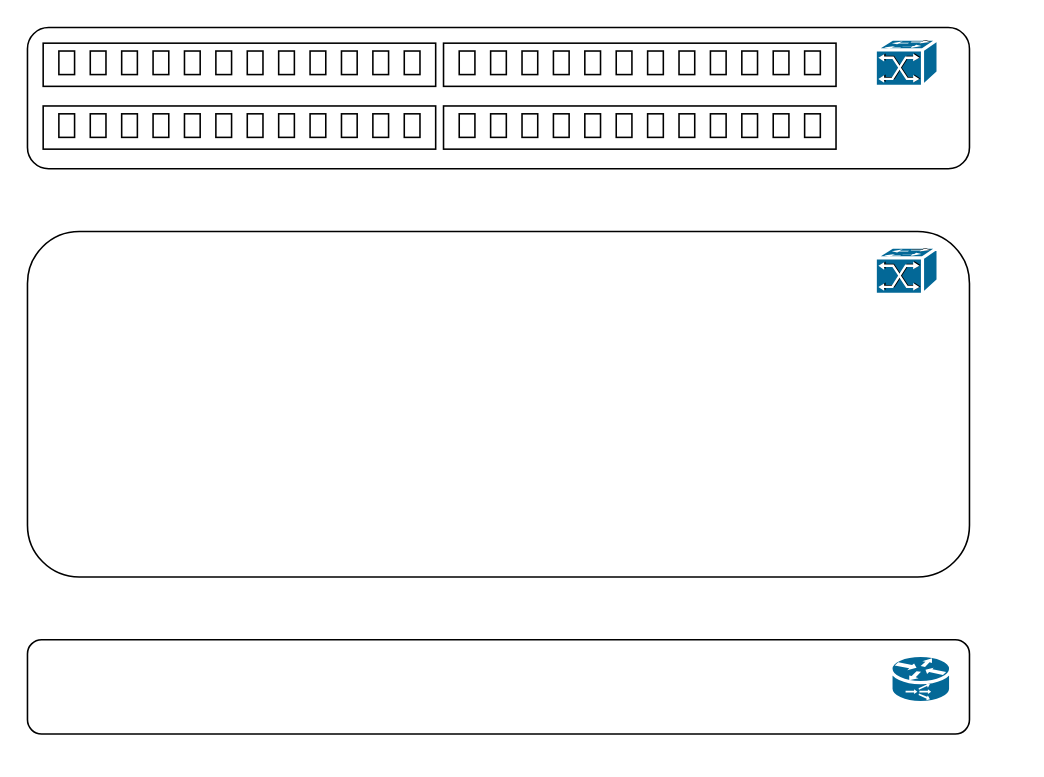
Earlier version of the draw.io diagram rhzy-network.drawio (asharca/drawio). Source tidied: cells renumbered, new cells numbered last; positions are measured from the earlier drawing's top-left corner, leaving out a move shared by most shapes. Both pictures are drawn from the tidied source at 157%, with x=0, y=0 at pixel (27, 27).
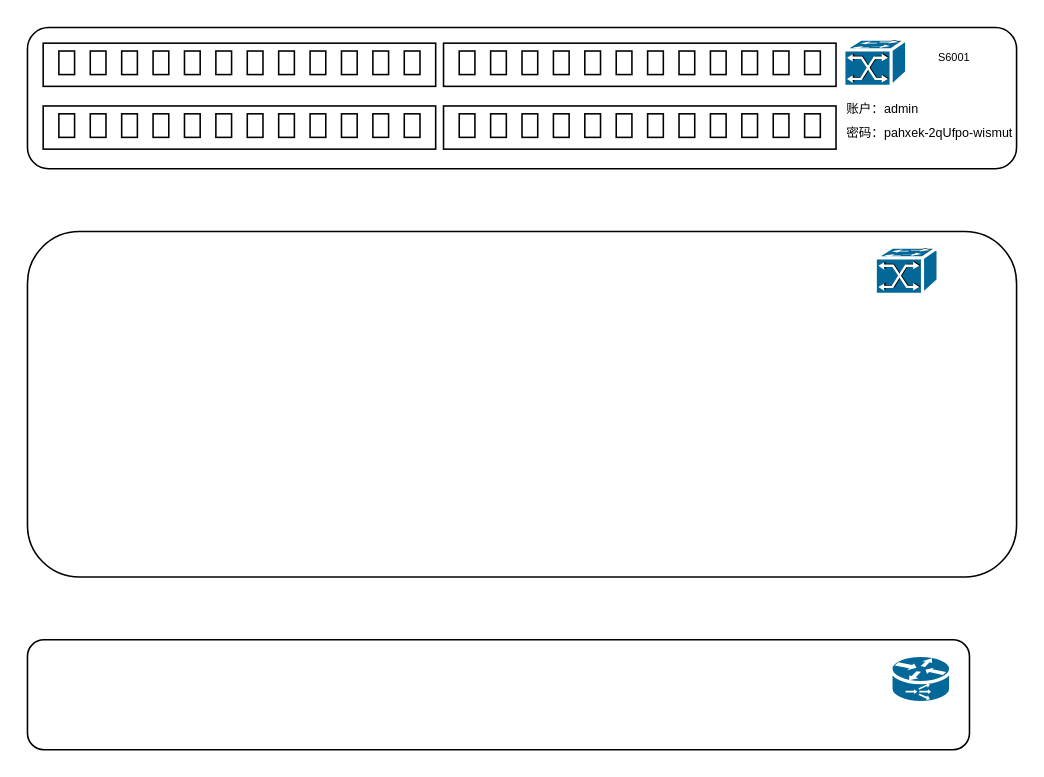
The same diagram, later.

Diff of the diagram source:
```diff
@@
     <mxCell id="2" style="rounded=1;whiteSpace=wrap;html=1;" parent="1" vertex="1">
-      <mxGeometry width="600" height="90" as="geometry" />
+      <mxGeometry width="630" height="90" as="geometry" />
     </mxCell>
     <mxCell id="3" style="rounded=1;whiteSpace=wrap;html=1;" parent="1" vertex="1">
-      <mxGeometry y="130" width="600" height="220" as="geometry" />
+      <mxGeometry y="130" width="630" height="220" as="geometry" />
     </mxCell>
     <mxCell id="4" style="shape=mxgraph.cisco.switches.atm_fast_gigabit_etherswitch;sketch=0;html=1;dashed=0;fillColor=#036897;strokeColor=#ffffff;strokeWidth=2;verticalLabelPosition=bottom;verticalAlign=top;align=center;" parent="1" vertex="1">
-      <mxGeometry x="540" y="7.5" width="40" height="30" as="geometry" />
+      <mxGeometry x="520" y="7.5" width="40" height="30" as="geometry" />
     </mxCell>
@@
     <mxCell id="66" style="rounded=1;whiteSpace=wrap;html=1;" parent="1" vertex="1">
-      <mxGeometry y="390" width="600" height="60" as="geometry" />
+      <mxGeometry y="390" width="600" height="70" as="geometry" />
     </mxCell>
@@
+    <mxCell id="68" value="S6001" style="text;html=1;align=center;verticalAlign=middle;strokeColor=none;fillColor=none;fontSize=7;" parent="1" vertex="1">
+      <mxGeometry x="570" y="10" width="40" height="20" as="geometry" />
+    </mxCell>
+    <mxCell id="69" style="text;html=1;align=center;verticalAlign=middle;strokeColor=none;fillColor=none;" parent="1" vertex="1">
+      <mxGeometry x="450" y="98" width="20" height="30" as="geometry" />
+    </mxCell>
+    <mxCell id="70" value="&lt;div&gt;&lt;font style=&quot;font-size: 8px;&quot;&gt;账户：admin&lt;/font&gt;&lt;/div&gt;&lt;div&gt;&lt;span style=&quot;font-size: 8px; background-color: transparent; color: light-dark(rgb(0, 0, 0), rgb(255, 255, 255));&quot;&gt;密码：pahxek-2qUfpo-wismut&lt;/span&gt;&lt;/div&gt;" style="text;html=1;align=left;verticalAlign=middle;whiteSpace=wrap;rounded=0;" parent="1" vertex="1">
+      <mxGeometry x="520" y="37.5" width="110" height="40" as="geometry" />
+    </mxCell>
```
